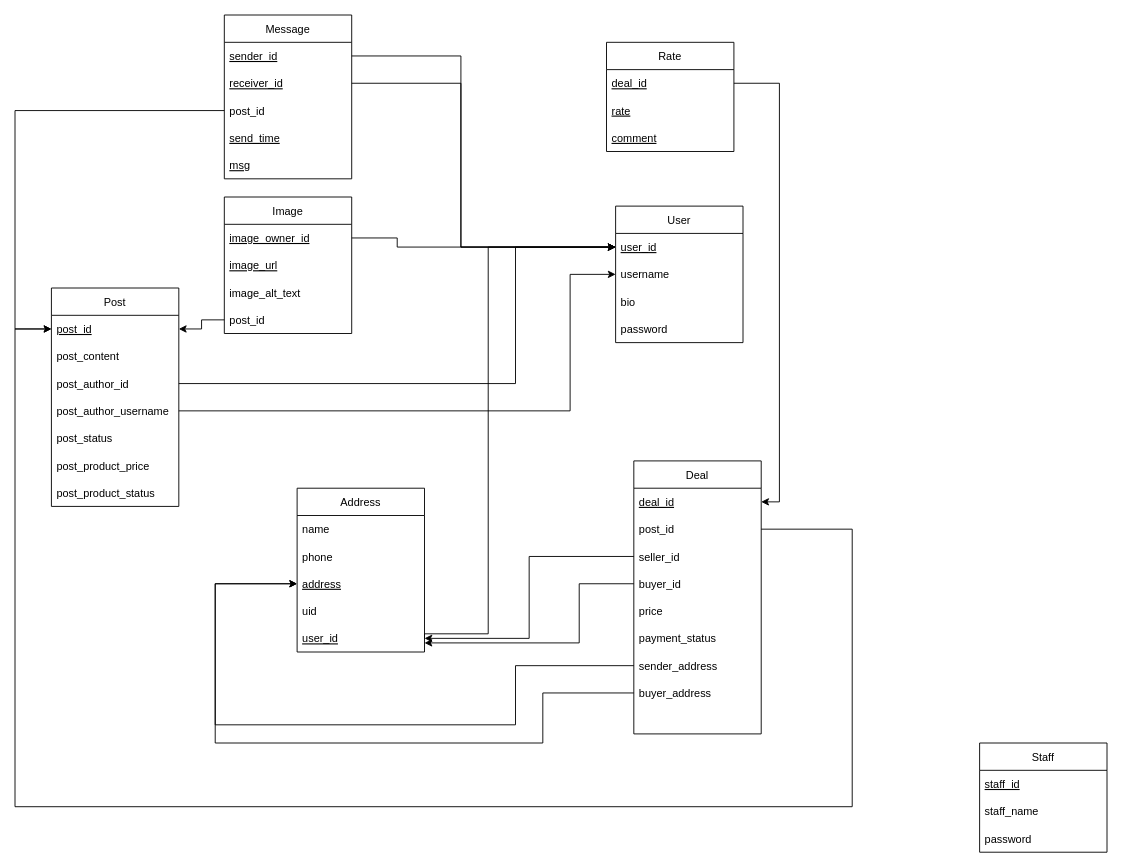
Harrilee/PigeonSale keeps this draw.io diagram as backend/models/sql/PigeonSale Schema Diagram.drawio. Above is the earlier version. Source tidied: cells renumbered, new cells numbered last; positions are measured from the earlier drawing's top-left corner, leaving out a move shared by most shapes. Both pictures are drawn from the tidied source at 91%, with x=0, y=0 at pixel (15, 15).
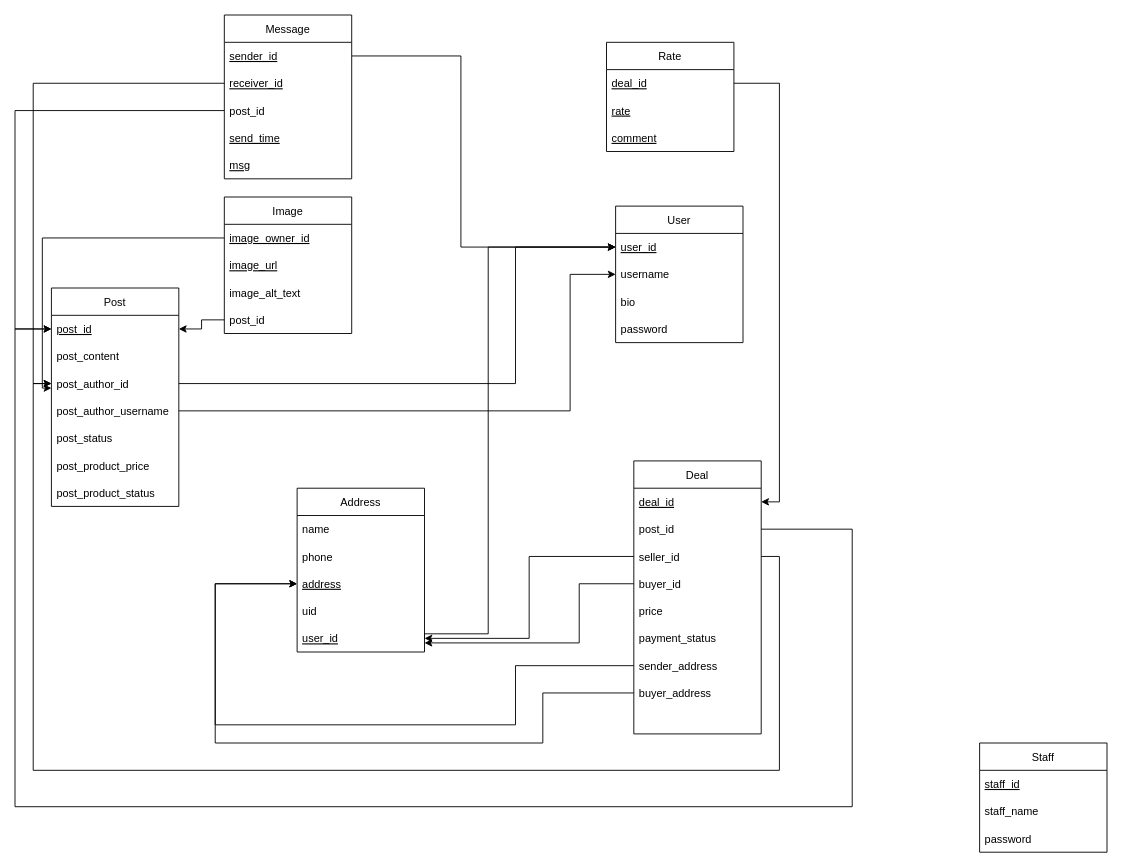
After the change.

Commit message (it also covers changes not shown here):
schema diagram and sql modification

Unchanged cells that the change refers to:
```xml
<mxCell id="7" value="user_id" style="text;strokeColor=none;fillColor=none;align=left;verticalAlign=middle;spacingLeft=4;spacingRight=4;overflow=hidden;points=[[0,0.5],[1,0.5]];portConstraint=eastwest;fontStyle=4;" parent="6" vertex="1">
  <mxGeometry y="30" width="140" height="30" as="geometry" />
</mxCell>
<mxCell id="14" value="seller_id" style="text;strokeColor=none;fillColor=none;align=left;verticalAlign=middle;spacingLeft=4;spacingRight=4;overflow=hidden;points=[[0,0.5],[1,0.5]];portConstraint=eastwest;" parent="11" vertex="1">
  <mxGeometry y="90" width="140" height="30" as="geometry" />
</mxCell>
<mxCell id="24" value="post_author_id" style="text;strokeColor=none;fillColor=none;align=left;verticalAlign=middle;spacingLeft=4;spacingRight=4;overflow=hidden;points=[[0,0.5],[1,0.5]];portConstraint=eastwest;" parent="21" vertex="1">
  <mxGeometry y="90" width="140" height="30" as="geometry" />
</mxCell>
<mxCell id="31" value="receiver_id" style="text;strokeColor=none;fillColor=none;align=left;verticalAlign=middle;spacingLeft=4;spacingRight=4;overflow=hidden;points=[[0,0.5],[1,0.5]];portConstraint=eastwest;fontStyle=4;" parent="29" vertex="1">
  <mxGeometry y="60" width="140" height="30" as="geometry" />
</mxCell>
<mxCell id="40" value="image_owner_id" style="text;strokeColor=none;fillColor=none;align=left;verticalAlign=middle;spacingLeft=4;spacingRight=4;overflow=hidden;points=[[0,0.5],[1,0.5]];portConstraint=eastwest;fontStyle=4;" parent="39" vertex="1">
  <mxGeometry y="30" width="140" height="30" as="geometry" />
</mxCell>
```

Diff of the diagram source:
```diff
@@
-    <mxCell id="39" value="Image" style="swimlane;fontStyle=0;horizontal=1;startSize=30;" parent="1" vertex="1">
+    <mxCell id="39" value="Image" style="swimlane;fontStyle=0;horizontal=1;startSize=30;shadow=0;" parent="1" vertex="1">
       <mxGeometry x="230" y="200" width="140" height="150" as="geometry" />
     </mxCell>
@@
-    <mxCell id="51" style="edgeStyle=orthogonalEdgeStyle;rounded=0;jettySize=auto;html=1;exitX=1;exitY=0.5;exitDx=0;exitDy=0;entryX=0;entryY=0.5;entryDx=0;entryDy=0;" parent="1" edge="1" source="31" target="7">
+    <mxCell id="51" style="edgeStyle=orthogonalEdgeStyle;rounded=0;jettySize=auto;html=1;entryX=0;entryY=0.5;entryDx=0;entryDy=0;exitX=0;exitY=0.5;exitDx=0;exitDy=0;" parent="1" edge="1" source="31" target="24">
       <mxGeometry relative="1" as="geometry">
         <Array as="points">
-          <mxPoint x="490" y="75" />
-          <mxPoint x="490" y="255" />
+          <mxPoint x="20" y="75" />
+          <mxPoint x="20" y="405" />
         </Array>
       </mxGeometry>
     </mxCell>
@@
-    <mxCell id="58" style="edgeStyle=orthogonalEdgeStyle;rounded=0;jettySize=auto;html=1;exitX=1;exitY=0.5;exitDx=0;exitDy=0;entryX=0;entryY=0.5;entryDx=0;entryDy=0;" parent="1" edge="1" source="40" target="7">
+    <mxCell id="58" style="edgeStyle=orthogonalEdgeStyle;rounded=0;jettySize=auto;html=1;exitX=0;exitY=0.5;exitDx=0;exitDy=0;" parent="1" edge="1" source="40">
       <mxGeometry relative="1" as="geometry">
+        <mxPoint x="40" y="410" as="targetPoint" />
         <Array as="points">
-          <mxPoint x="420" y="245" />
-          <mxPoint x="420" y="255" />
+          <mxPoint x="30" y="245" />
+          <mxPoint x="30" y="410" />
         </Array>
       </mxGeometry>
     </mxCell>
@@
+    <mxCell id="64" style="edgeStyle=orthogonalEdgeStyle;rounded=0;jettySize=auto;html=1;exitX=1;exitY=0.5;exitDx=0;exitDy=0;entryX=0;entryY=0.5;entryDx=0;entryDy=0;" parent="1" edge="1" source="14" target="24">
+      <mxGeometry relative="1" as="geometry">
+        <Array as="points">
+          <mxPoint x="840" y="595" />
+          <mxPoint x="840" y="830" />
+          <mxPoint x="20" y="830" />
+          <mxPoint x="20" y="405" />
+        </Array>
+      </mxGeometry>
+    </mxCell>
```
